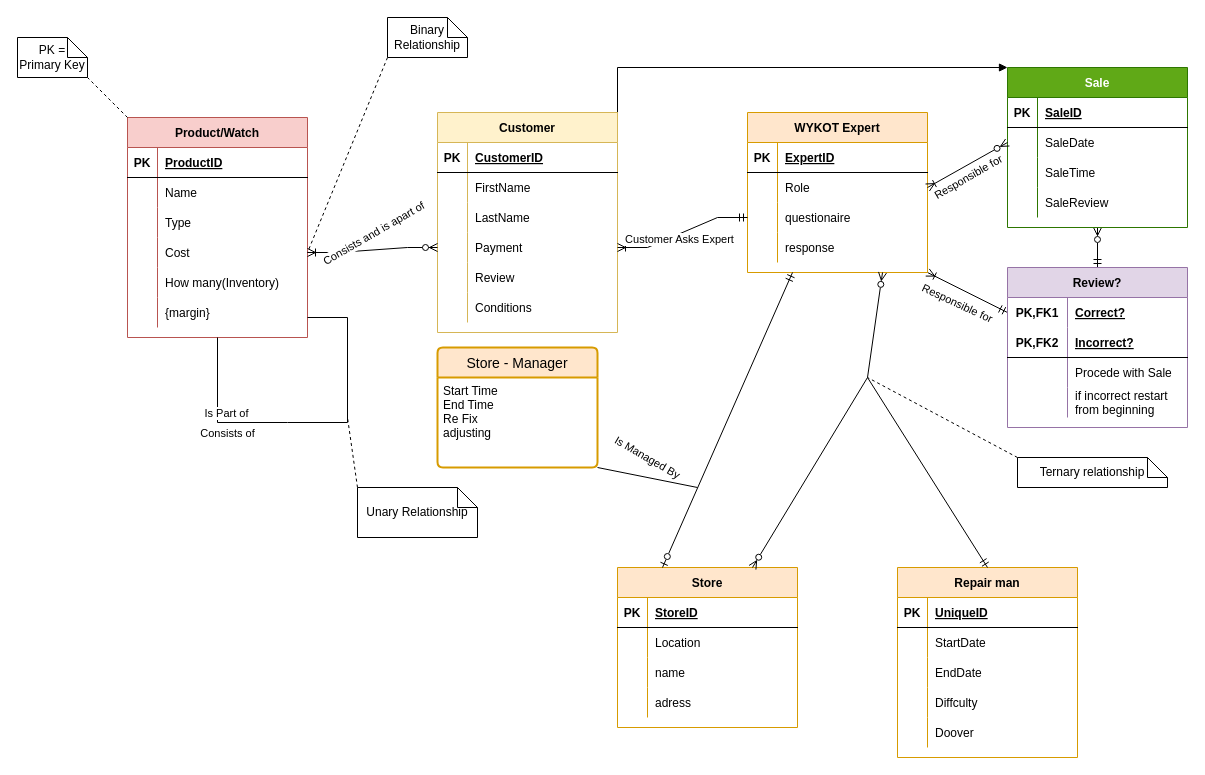
Before: page "PE3-6" (3 of 4) of TeamProject2.drawio in parkeraustin72/CTIS345, a draw.io diagram. Source tidied: cells renumbered, new cells numbered last; positions are measured from the earlier drawing's top-left corner, leaving out a move shared by most shapes. Both pictures are drawn from the tidied source at 100%, with x=0, y=0 at pixel (17, 17).
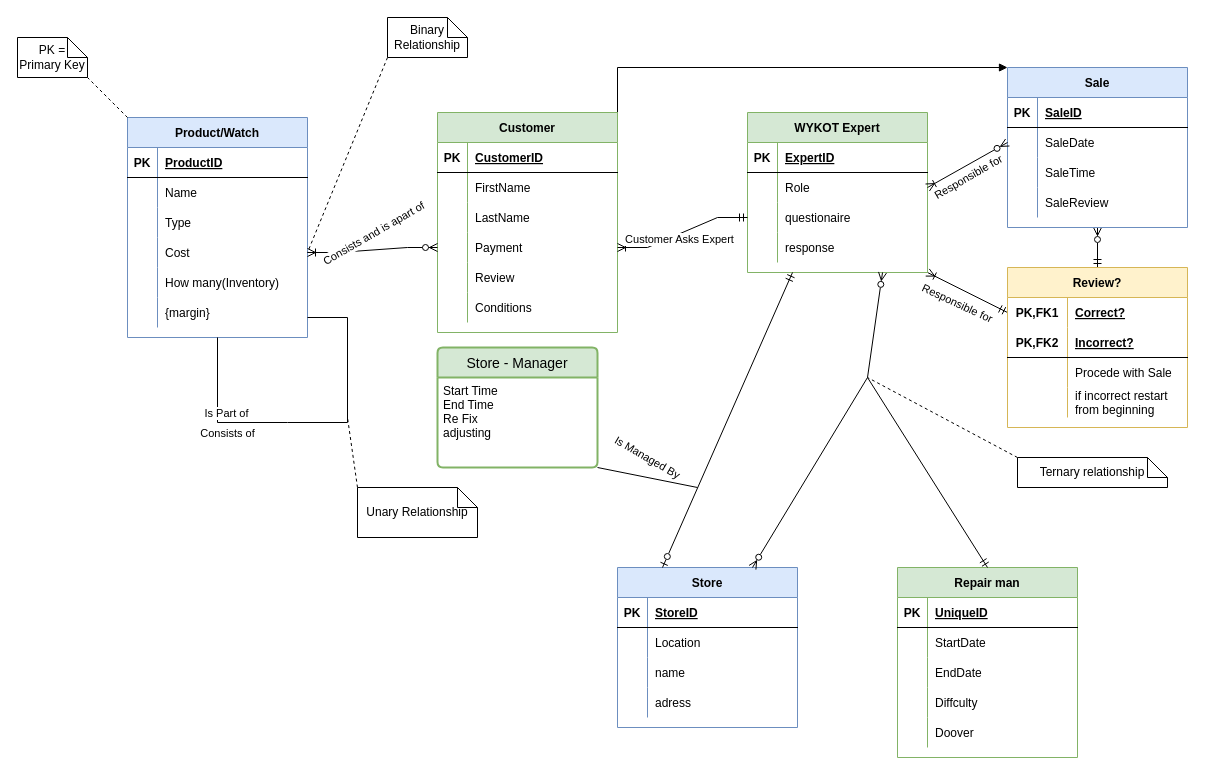
The same page after the edit.

Diff of the diagram source:
```diff
@@
-    <mxCell id="2" value="Repair man" style="shape=table;startSize=30;childLayout=tableLayout;rowLines=0;fontStyle=1;align=center;fillColor=#ffe6cc;strokeColor=#d79b00;" parent="1" vertex="1">
+    <mxCell id="2" value="Repair man" style="shape=table;startSize=30;childLayout=tableLayout;rowLines=0;fontStyle=1;align=center;fillColor=#d5e8d4;strokeColor=#82b366;" parent="1" vertex="1">
       <mxGeometry x="880" y="550" width="180" height="190" as="geometry" />
     </mxCell>
@@
-    <mxCell id="19" value="Sale" style="shape=table;startSize=30;childLayout=tableLayout;rowLines=0;fontStyle=1;align=center;fillColor=#60a917;fontColor=#ffffff;strokeColor=#2D7600;" parent="1" vertex="1">
+    <mxCell id="19" value="Sale" style="shape=table;startSize=30;childLayout=tableLayout;rowLines=0;fontStyle=1;align=center;fillColor=#dae8fc;strokeColor=#6c8ebf;" parent="1" vertex="1">
       <mxGeometry x="990" y="50" width="180" height="160" as="geometry" />
     </mxCell>
@@
-    <mxCell id="32" value="Store" style="shape=table;startSize=30;childLayout=tableLayout;rowLines=0;fontStyle=1;align=center;fillColor=#ffe6cc;strokeColor=#d79b00;" parent="1" vertex="1">
+    <mxCell id="32" value="Store" style="shape=table;startSize=30;childLayout=tableLayout;rowLines=0;fontStyle=1;align=center;fillColor=#dae8fc;strokeColor=#6c8ebf;" parent="1" vertex="1">
       <mxGeometry x="600" y="550" width="180" height="160" as="geometry" />
     </mxCell>
@@
-    <mxCell id="46" value="WYKOT Expert" style="shape=table;startSize=30;childLayout=tableLayout;rowLines=0;fontStyle=1;align=center;fillColor=#ffe6cc;strokeColor=#d79b00;" parent="1" vertex="1">
+    <mxCell id="46" value="WYKOT Expert" style="shape=table;startSize=30;childLayout=tableLayout;rowLines=0;fontStyle=1;align=center;fillColor=#d5e8d4;strokeColor=#82b366;" parent="1" vertex="1">
       <mxGeometry x="730" y="95" width="180" height="160" as="geometry" />
     </mxCell>
@@
-    <mxCell id="59" value="Product/Watch" style="shape=table;startSize=30;childLayout=tableLayout;rowLines=0;fontStyle=1;align=center;fillColor=#f8cecc;strokeColor=#b85450;" parent="1" vertex="1">
+    <mxCell id="59" value="Product/Watch" style="shape=table;startSize=30;childLayout=tableLayout;rowLines=0;fontStyle=1;align=center;fillColor=#dae8fc;strokeColor=#6c8ebf;" parent="1" vertex="1">
       <mxGeometry x="110" y="100" width="180" height="220" as="geometry" />
     </mxCell>
@@
-    <mxCell id="78" value="Store - Manager" style="swimlane;horizontal=1;startSize=30;rounded=1;fontSize=14;fontStyle=0;strokeWidth=2;shadow=0;dashed=0;align=center;arcSize=6;fillColor=#ffe6cc;strokeColor=#d79b00;" parent="1" vertex="1">
+    <mxCell id="78" value="Store - Manager" style="swimlane;horizontal=1;startSize=30;rounded=1;fontSize=14;fontStyle=0;strokeWidth=2;shadow=0;dashed=0;align=center;arcSize=6;fillColor=#d5e8d4;strokeColor=#82b366;" parent="1" vertex="1">
       <mxGeometry x="420" y="330" width="160" height="120" as="geometry" />
     </mxCell>
@@
-    <mxCell id="81" value="Customer" style="shape=table;startSize=30;childLayout=tableLayout;rowLines=0;fontStyle=1;align=center;fillColor=#fff2cc;strokeColor=#d6b656;" parent="1" vertex="1">
+    <mxCell id="81" value="Customer" style="shape=table;startSize=30;childLayout=tableLayout;rowLines=0;fontStyle=1;align=center;fillColor=#d5e8d4;strokeColor=#82b366;" parent="1" vertex="1">
       <mxGeometry x="420" y="95" width="180" height="220" as="geometry" />
     </mxCell>
@@
-    <mxCell id="107" value="Review?" style="shape=table;startSize=30;childLayout=tableLayout;rowLines=0;fontStyle=1;align=center;fillColor=#e1d5e7;strokeColor=#9673a6;" parent="1" vertex="1">
+    <mxCell id="107" value="Review?" style="shape=table;startSize=30;childLayout=tableLayout;rowLines=0;fontStyle=1;align=center;fillColor=#fff2cc;strokeColor=#d6b656;" parent="1" vertex="1">
       <mxGeometry x="990" y="250" width="180" height="160" as="geometry" />
     </mxCell>
```
